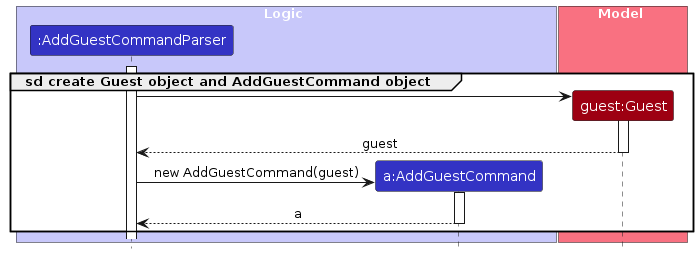
This is diagrams/AddGuestSequenceDiagramP2.png from AY2425S1-CS2103T-F09-3/tp, a PlantUML export, as it was before one commit. Its source is kept beside it as diagrams/AddGuestSequenceDiagramP2.puml.
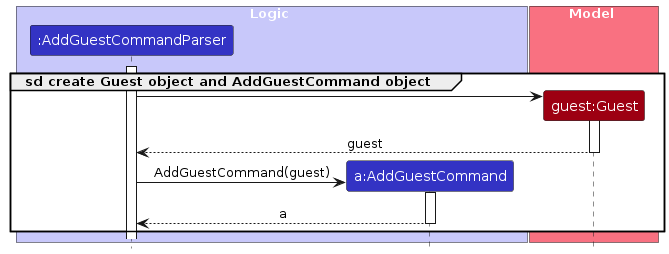
Later version of the same file.

Diff of the diagram source:
```diff
@@ -22,7 +22,7 @@
     deactivate Guest
 
     create AddGuestCommand
-    AddGuestCommandParser -> AddGuestCommand : new AddGuestCommand(guest)
+    AddGuestCommandParser -> AddGuestCommand : AddGuestCommand(guest)
     activate AddGuestCommand
 
     AddGuestCommand --> AddGuestCommandParser : a
```
